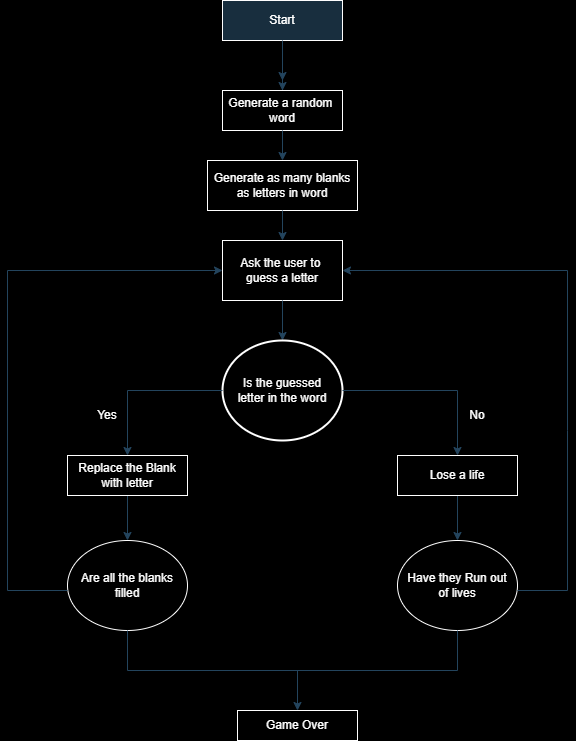
This is Project 7_Hangman.drawio.png from Leviblackark/Python-Projects, a draw.io export, as it was before one commit. Source tidied: cells renumbered, new cells last; positions are measured from the earlier drawing's top-left corner, leaving out a move shared by most shapes.
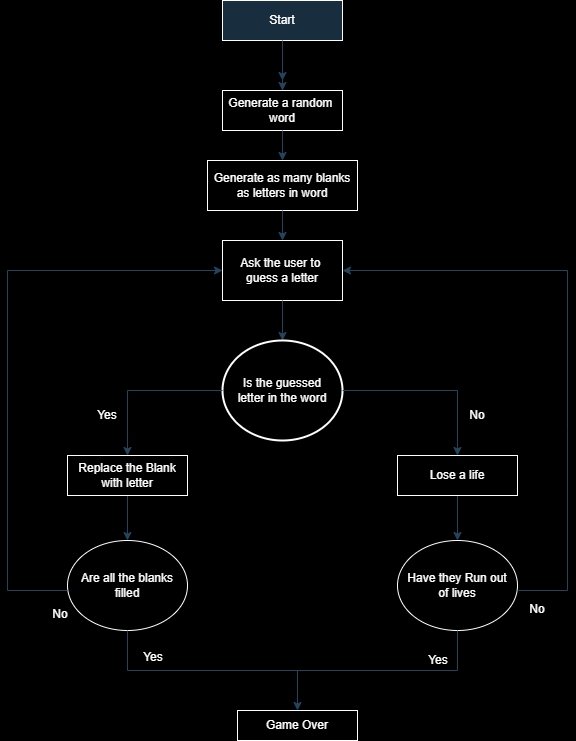
Later version of the same file.

Diff of the diagram source:
```diff
@@ -127,5 +127,17 @@
         <mxPoint x="290" y="670" as="sourcePoint" />
       </mxGeometry>
     </mxCell>
+    <mxCell id="28" value="No" style="text;strokeColor=none;align=center;fillColor=none;html=1;verticalAlign=middle;whiteSpace=wrap;rounded=0;labelBackgroundColor=none;fontColor=#FFFFFF;" parent="1" vertex="1">
+      <mxGeometry x="23" y="599" width="60" height="30" as="geometry" />
+    </mxCell>
+    <mxCell id="29" value="No" style="text;strokeColor=none;align=center;fillColor=none;html=1;verticalAlign=middle;whiteSpace=wrap;rounded=0;labelBackgroundColor=none;fontColor=#FFFFFF;" parent="1" vertex="1">
+      <mxGeometry x="500" y="594" width="60" height="30" as="geometry" />
+    </mxCell>
+    <mxCell id="30" value="Yes" style="text;strokeColor=none;align=center;fillColor=none;html=1;verticalAlign=middle;whiteSpace=wrap;rounded=0;labelBackgroundColor=none;fontColor=#FFFFFF;" parent="1" vertex="1">
+      <mxGeometry x="116" y="642" width="60" height="30" as="geometry" />
+    </mxCell>
+    <mxCell id="31" value="Yes" style="text;strokeColor=none;align=center;fillColor=none;html=1;verticalAlign=middle;whiteSpace=wrap;rounded=0;labelBackgroundColor=none;fontColor=#FFFFFF;" parent="1" vertex="1">
+      <mxGeometry x="401" y="645" width="60" height="30" as="geometry" />
+    </mxCell>
   </root>
 </mxGraphModel>
```
